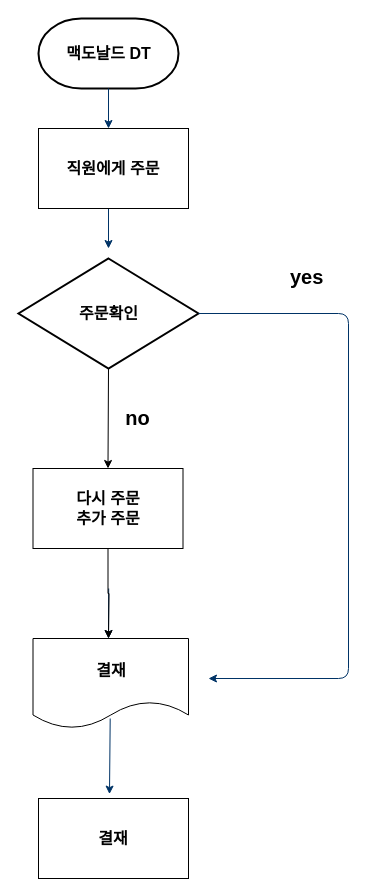
Above: MacdonaldDT.drawio in LOSIcat/LogicTraining (draw.io), before the change. Source tidied: cells renumbered, new cells numbered last; positions are measured from the earlier drawing's top-left corner, leaving out a move shared by most shapes. Both pictures are drawn from the tidied source at 100%, with x=0, y=0 at pixel (18, 18).
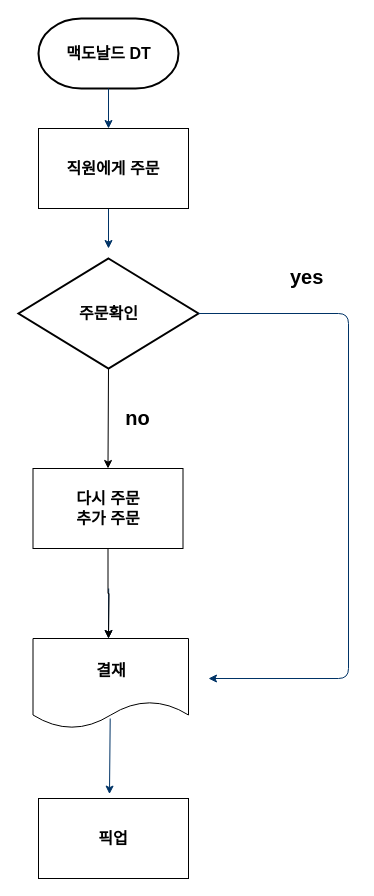
After the change.

Change to the diagram source:
```diff
@@
-    <mxCell id="14" value="&lt;font style=&quot;font-size: 16px;&quot;&gt;&lt;b&gt;결재&lt;/b&gt;&lt;/font&gt;" style="rounded=0;whiteSpace=wrap;html=1;" parent="1" vertex="1">
+    <mxCell id="14" value="&lt;font style=&quot;font-size: 16px;&quot;&gt;&lt;b&gt;픽업&lt;/b&gt;&lt;/font&gt;" style="rounded=0;whiteSpace=wrap;html=1;" parent="1" vertex="1">
       <mxGeometry x="20" y="780" width="150" height="80" as="geometry" />
     </mxCell>
```
